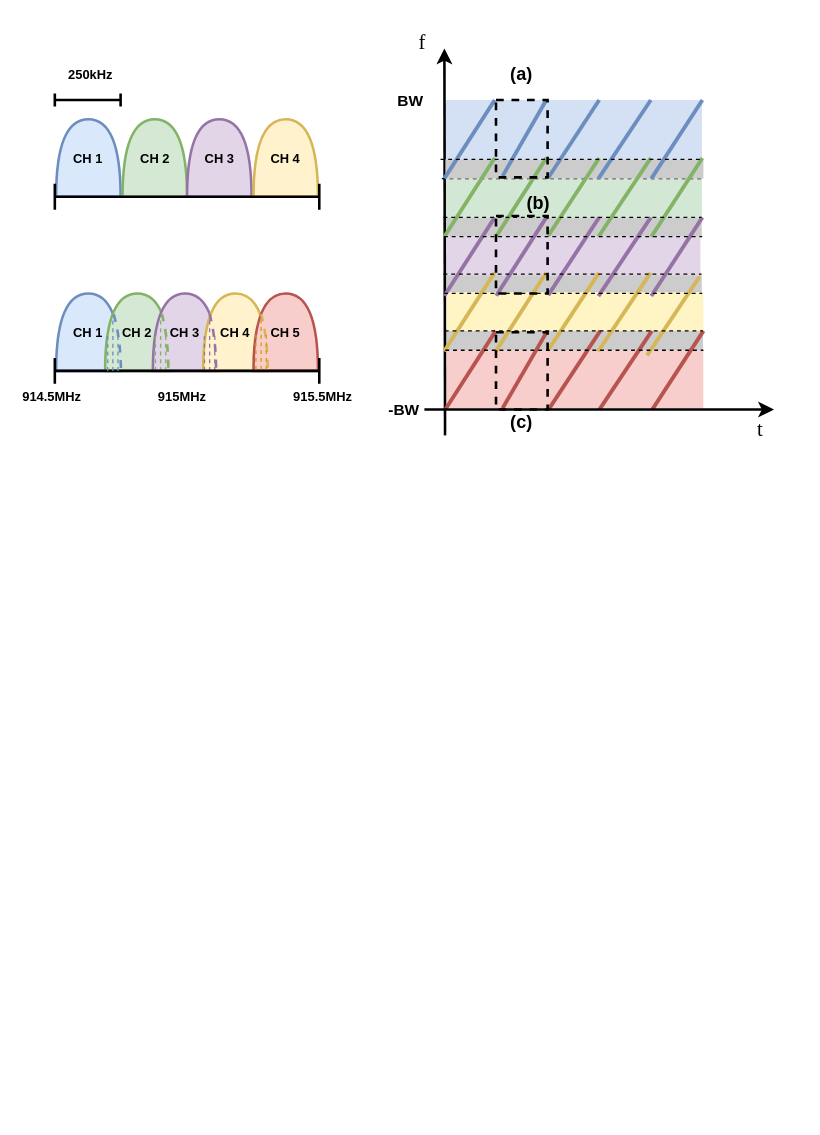
The draw.io diagram fig1 （新版）.drawio in Haowang2020/draw, before the edit. Source tidied: cells renumbered, new cells numbered last; positions are measured from the earlier drawing's top-left corner, leaving out a move shared by most shapes. Both pictures are drawn from the tidied source at 129%, with x=0, y=0 at pixel (25, 22). Pictures stored in the file or linked from it are replaced by grey dashed boxes.
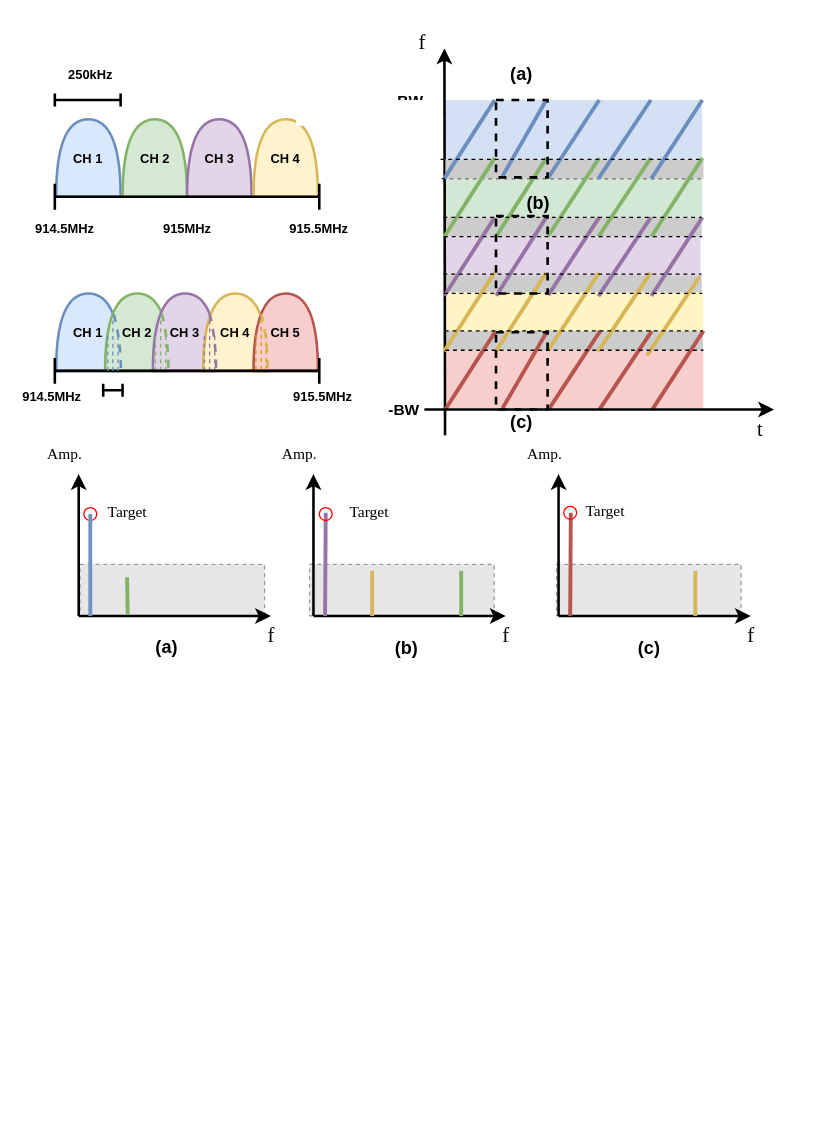
The same page after the edit.

The edit, as a diff of the source:
```diff
@@
+    <mxCell id="107" style="fillColor=#E6E6E6;strokeColor=#999999;dashed=1;verticalLabelPosition=bottom;labelBackgroundColor=default;verticalAlign=top;" parent="1" vertex="1">
+      <mxGeometry x="42.5" y="420" width="143.1" height="40" as="geometry" />
+    </mxCell>
@@
     <mxCell id="47" value="&lt;font style=&quot;font-size: 10px;&quot;&gt;&lt;b&gt;915MHz&lt;/b&gt;&lt;/font&gt;" style="text;strokeColor=none;align=center;fillColor=none;html=1;verticalAlign=middle;whiteSpace=wrap;rounded=0;" parent="1" vertex="1">
-      <mxGeometry x="102" y="280" width="40" height="20" as="geometry" />
+      <mxGeometry x="106" y="150" width="40" height="20" as="geometry" />
     </mxCell>
@@
     <mxCell id="50" style="rounded=0;whiteSpace=wrap;html=1;strokeColor=none;" parent="1" vertex="1">
-      <mxGeometry x="210" y="816" width="200.5" height="20" as="geometry" />
+      <mxGeometry x="210" y="60" width="200.5" height="20" as="geometry" />
     </mxCell>
     <mxCell id="51" style="rounded=0;whiteSpace=wrap;html=1;strokeColor=none;" parent="1" vertex="1">
-      <mxGeometry x="255.5" y="836" width="200.5" height="10" as="geometry" />
+      <mxGeometry x="255.5" y="80" width="200.5" height="10" as="geometry" />
     </mxCell>
-    <mxCell id="52" style="group;" parent="1" vertex="1">
+    <mxCell id="52" style="group;strokeColor=none;" parent="1" vertex="1">
       <mxGeometry x="285" y="20" width="295.5" height="320" as="geometry" />
     </mxCell>
@@
+    <mxCell id="108" style="fillColor=#E6E6E6;strokeColor=#999999;dashed=1;verticalLabelPosition=bottom;labelBackgroundColor=default;verticalAlign=top;" parent="1" vertex="1">
+      <mxGeometry x="411.9" y="420" width="143.1" height="40" as="geometry" />
+    </mxCell>
+    <mxCell id="109" style="fillColor=#E6E6E6;strokeColor=#999999;dashed=1;verticalLabelPosition=bottom;labelBackgroundColor=default;verticalAlign=top;" parent="1" vertex="1">
+      <mxGeometry x="220.5" y="420" width="143.1" height="40" as="geometry" />
+    </mxCell>
+    <mxCell id="110" style="endArrow=classic;html=1;rounded=0;strokeWidth=2;" parent="1" edge="1">
+      <mxGeometry relative="1" as="geometry">
+        <mxPoint x="41.5" y="460" as="sourcePoint" />
+        <mxPoint x="190.5" y="460" as="targetPoint" />
+      </mxGeometry>
+    </mxCell>
+    <mxCell id="111" style="endArrow=classic;html=1;rounded=0;strokeWidth=2;" parent="1" edge="1">
+      <mxGeometry relative="1" as="geometry">
+        <mxPoint x="41.5" y="460" as="sourcePoint" />
+        <mxPoint x="41.5" y="350" as="targetPoint" />
+      </mxGeometry>
+    </mxCell>
+    <mxCell id="112" value="&lt;font face=&quot;Times New Roman&quot; style=&quot;font-size: 16px;&quot;&gt;f&lt;/font&gt;" style="text;strokeColor=none;align=center;fillColor=none;html=1;verticalAlign=middle;whiteSpace=wrap;rounded=0;" parent="1" vertex="1">
+      <mxGeometry x="160.5" y="460" width="60" height="30" as="geometry" />
+    </mxCell>
+    <mxCell id="113" value="&lt;font face=&quot;Times New Roman&quot;&gt;Amp.&lt;/font&gt;" style="text;strokeColor=none;align=center;fillColor=none;html=1;verticalAlign=middle;whiteSpace=wrap;rounded=0;" parent="1" vertex="1">
+      <mxGeometry x="0.5" y="320" width="60" height="30" as="geometry" />
+    </mxCell>
+    <mxCell id="114" style="endArrow=classic;html=1;rounded=0;strokeWidth=2;" parent="1" edge="1">
+      <mxGeometry relative="1" as="geometry">
+        <mxPoint x="223.5" y="460" as="sourcePoint" />
+        <mxPoint x="372.5" y="460" as="targetPoint" />
+      </mxGeometry>
+    </mxCell>
+    <mxCell id="115" style="endArrow=classic;html=1;rounded=0;strokeWidth=2;" parent="1" edge="1">
+      <mxGeometry relative="1" as="geometry">
+        <mxPoint x="223.5" y="460" as="sourcePoint" />
+        <mxPoint x="223.5" y="350" as="targetPoint" />
+      </mxGeometry>
+    </mxCell>
+    <mxCell id="116" value="&lt;font face=&quot;Times New Roman&quot; style=&quot;font-size: 16px;&quot;&gt;f&lt;/font&gt;" style="text;strokeColor=none;align=center;fillColor=none;html=1;verticalAlign=middle;whiteSpace=wrap;rounded=0;" parent="1" vertex="1">
+      <mxGeometry x="342.5" y="460" width="60" height="30" as="geometry" />
+    </mxCell>
+    <mxCell id="117" value="&lt;font face=&quot;Times New Roman&quot;&gt;Amp.&lt;/font&gt;" style="text;strokeColor=none;align=center;fillColor=none;html=1;verticalAlign=middle;whiteSpace=wrap;rounded=0;" parent="1" vertex="1">
+      <mxGeometry x="182.5" y="320" width="60" height="30" as="geometry" />
+    </mxCell>
+    <mxCell id="118" style="endArrow=classic;html=1;rounded=0;strokeWidth=2;" parent="1" edge="1">
+      <mxGeometry relative="1" as="geometry">
+        <mxPoint x="413.5" y="460" as="sourcePoint" />
+        <mxPoint x="562.5" y="460" as="targetPoint" />
+      </mxGeometry>
+    </mxCell>
+    <mxCell id="119" style="endArrow=classic;html=1;rounded=0;strokeWidth=2;" parent="1" edge="1">
+      <mxGeometry relative="1" as="geometry">
+        <mxPoint x="413.5" y="460" as="sourcePoint" />
+        <mxPoint x="413.5" y="350" as="targetPoint" />
+      </mxGeometry>
+    </mxCell>
+    <mxCell id="120" value="&lt;font face=&quot;Times New Roman&quot; style=&quot;font-size: 16px;&quot;&gt;f&lt;/font&gt;" style="text;strokeColor=none;align=center;fillColor=none;html=1;verticalAlign=middle;whiteSpace=wrap;rounded=0;" parent="1" vertex="1">
+      <mxGeometry x="532.5" y="460" width="60" height="30" as="geometry" />
+    </mxCell>
+    <mxCell id="121" value="&lt;font face=&quot;Times New Roman&quot;&gt;Amp.&lt;/font&gt;" style="text;strokeColor=none;align=center;fillColor=none;html=1;verticalAlign=middle;whiteSpace=wrap;rounded=0;" parent="1" vertex="1">
+      <mxGeometry x="372.5" y="320" width="60" height="30" as="geometry" />
+    </mxCell>
+    <mxCell id="122" value="&lt;font size=&quot;1&quot; style=&quot;&quot;&gt;&lt;b style=&quot;font-size: 14px;&quot;&gt;(a)&lt;/b&gt;&lt;/font&gt;" style="text;strokeColor=none;align=center;fillColor=none;html=1;verticalAlign=middle;whiteSpace=wrap;rounded=0;" parent="1" vertex="1">
+      <mxGeometry x="90" y="474" width="40" height="20" as="geometry" />
+    </mxCell>
+    <mxCell id="123" style="endArrow=none;html=1;rounded=1;strokeWidth=3;curved=0;strokeColor=#9773a6;" parent="1" edge="1">
+      <mxGeometry relative="1" as="geometry">
+        <mxPoint x="232.5" y="460" as="sourcePoint" />
+        <mxPoint x="233" y="380" as="targetPoint" />
+      </mxGeometry>
+    </mxCell>
+    <mxCell id="124" style="endArrow=none;html=1;rounded=1;strokeWidth=3;curved=0;strokeColor=#b95450;" parent="1" edge="1">
+      <mxGeometry relative="1" as="geometry">
+        <mxPoint x="422.5" y="460" as="sourcePoint" />
+        <mxPoint x="423" y="380" as="targetPoint" />
+      </mxGeometry>
+    </mxCell>
+    <mxCell id="125" style="endArrow=none;html=1;rounded=1;strokeWidth=3;curved=0;strokeColor=#B95450;" parent="1" edge="1" source="108">
+      <mxGeometry relative="1" as="geometry">
+        <mxPoint x="531.7" y="420" as="targetPoint" />
+      </mxGeometry>
+    </mxCell>
+    <mxCell id="126" value="&lt;font size=&quot;1&quot; style=&quot;&quot;&gt;&lt;b style=&quot;font-size: 14px;&quot;&gt;(b)&lt;/b&gt;&lt;/font&gt;" style="text;strokeColor=none;align=center;fillColor=none;html=1;verticalAlign=middle;whiteSpace=wrap;rounded=0;" parent="1" vertex="1">
+      <mxGeometry x="275.5" y="475" width="40" height="20" as="geometry" />
+    </mxCell>
+    <mxCell id="127" value="&lt;font size=&quot;1&quot; style=&quot;&quot;&gt;&lt;b style=&quot;font-size: 14px;&quot;&gt;(c)&lt;/b&gt;&lt;/font&gt;" style="text;strokeColor=none;align=center;fillColor=none;html=1;verticalAlign=middle;whiteSpace=wrap;rounded=0;" parent="1" vertex="1">
+      <mxGeometry x="463.5" y="475" width="40" height="20" as="geometry" />
+    </mxCell>
+    <mxCell id="128" style="endArrow=none;html=1;rounded=1;strokeWidth=3;curved=0;strokeColor=#B95450;" parent="1" edge="1" target="108">
+      <mxGeometry relative="1" as="geometry">
+        <mxPoint x="531.7" y="460" as="sourcePoint" />
+      </mxGeometry>
+    </mxCell>
+    <mxCell id="129" style="endArrow=none;html=1;rounded=1;strokeWidth=3;curved=0;strokeColor=#d6b656;" parent="1" edge="1">
+      <mxGeometry relative="1" as="geometry">
+        <mxPoint x="519.5" y="460" as="sourcePoint" />
+        <mxPoint x="519.5" y="425" as="targetPoint" />
+      </mxGeometry>
+    </mxCell>
+    <mxCell id="130" style="endArrow=none;html=1;rounded=1;strokeWidth=3;curved=0;strokeColor=#81b365;" parent="1" edge="1">
+      <mxGeometry relative="1" as="geometry">
+        <mxPoint x="338" y="460" as="sourcePoint" />
+        <mxPoint x="338" y="425" as="targetPoint" />
+      </mxGeometry>
+    </mxCell>
+    <mxCell id="131" style="endArrow=none;html=1;rounded=1;strokeWidth=3;curved=0;strokeColor=#d6b656;" parent="1" edge="1">
+      <mxGeometry relative="1" as="geometry">
+        <mxPoint x="269" y="460" as="sourcePoint" />
+        <mxPoint x="269" y="425" as="targetPoint" />
+      </mxGeometry>
+    </mxCell>
+    <mxCell id="132" style="endArrow=none;html=1;rounded=1;strokeWidth=3;curved=0;strokeColor=#81b365;" parent="1" edge="1">
+      <mxGeometry relative="1" as="geometry">
+        <mxPoint x="79.5" y="459" as="sourcePoint" />
+        <mxPoint x="79" y="430" as="targetPoint" />
+      </mxGeometry>
+    </mxCell>
+    <mxCell id="133" style="ellipse;whiteSpace=wrap;html=1;fillColor=none;strokeColor=#FF0000;" parent="1" vertex="1">
+      <mxGeometry x="45.5" y="376" width="10" height="10" as="geometry" />
+    </mxCell>
+    <mxCell id="134" style="endArrow=none;html=1;rounded=1;strokeWidth=3;curved=0;strokeColor=#7094c2;" parent="1" edge="1">
+      <mxGeometry relative="1" as="geometry">
+        <mxPoint x="50.5" y="460" as="sourcePoint" />
+        <mxPoint x="50.5" y="381" as="targetPoint" />
+      </mxGeometry>
+    </mxCell>
+    <mxCell id="135" value="&lt;font face=&quot;Times New Roman&quot;&gt;Target&lt;/font&gt;" style="text;strokeColor=none;align=center;fillColor=none;html=1;verticalAlign=middle;whiteSpace=wrap;rounded=0;" parent="1" vertex="1">
+      <mxGeometry x="62" y="372" width="35" height="16" as="geometry" />
+    </mxCell>
+    <mxCell id="136" style="ellipse;whiteSpace=wrap;html=1;fillColor=none;strokeColor=#ff0000;" parent="1" vertex="1">
+      <mxGeometry x="228" y="376" width="10" height="10" as="geometry" />
+    </mxCell>
+    <mxCell id="137" value="&lt;font face=&quot;Times New Roman&quot;&gt;Target&lt;/font&gt;" style="text;strokeColor=none;align=center;fillColor=none;html=1;verticalAlign=middle;whiteSpace=wrap;rounded=0;" parent="1" vertex="1">
+      <mxGeometry x="247.5" y="368" width="37.5" height="24" as="geometry" />
+    </mxCell>
+    <mxCell id="138" style="ellipse;whiteSpace=wrap;html=1;fillColor=none;strokeColor=#FF0000;fontColor=#ffffff;" parent="1" vertex="1">
+      <mxGeometry x="417.5" y="375" width="10" height="10" as="geometry" />
+    </mxCell>
+    <mxCell id="139" value="&lt;font face=&quot;Times New Roman&quot;&gt;Target&lt;/font&gt;" style="text;strokeColor=none;align=center;fillColor=none;html=1;verticalAlign=middle;whiteSpace=wrap;rounded=0;" parent="1" vertex="1">
+      <mxGeometry x="435.5" y="371" width="28" height="15" as="geometry" />
+    </mxCell>
+    <mxCell id="140" style="shape=crossbar;whiteSpace=wrap;html=1;rounded=1;strokeWidth=2;" parent="1" vertex="1">
+      <mxGeometry x="60.5" y="280" width="15" height="10" as="geometry" />
+    </mxCell>
+    <mxCell id="141" value="&lt;font style=&quot;font-size: 10px;&quot;&gt;&lt;b&gt;914.5MHz&lt;/b&gt;&lt;/font&gt;" style="text;strokeColor=none;align=center;fillColor=none;html=1;verticalAlign=middle;whiteSpace=wrap;rounded=0;" parent="1" vertex="1">
+      <mxGeometry x="10.5" y="150" width="40" height="20" as="geometry" />
+    </mxCell>
+    <mxCell id="142" value="&lt;font style=&quot;font-size: 10px;&quot;&gt;&lt;b&gt;915.5MHz&lt;/b&gt;&lt;/font&gt;" style="text;strokeColor=none;align=center;fillColor=none;html=1;verticalAlign=middle;whiteSpace=wrap;rounded=0;" parent="1" vertex="1">
+      <mxGeometry x="207.5" y="150" width="40" height="20" as="geometry" />
+    </mxCell>
```
